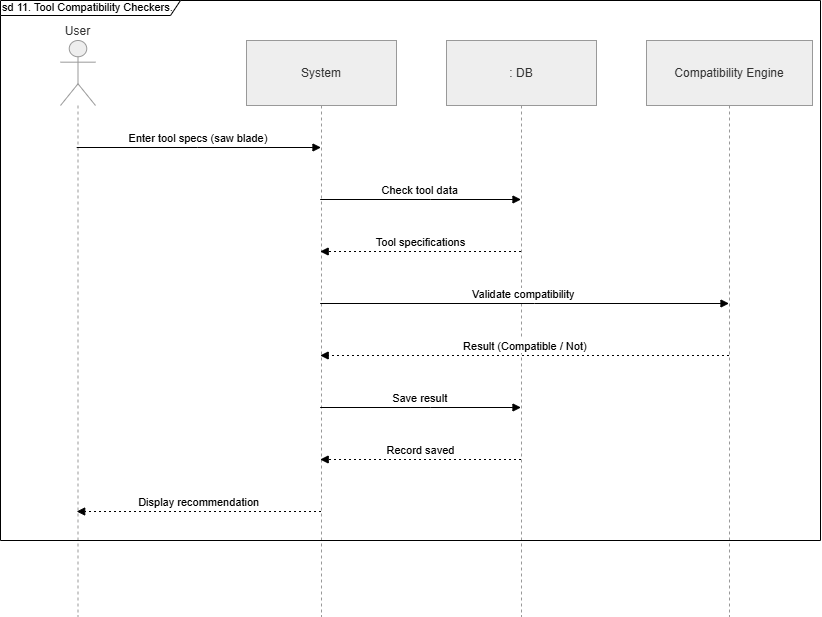
M7moudAbdallah01/P2P-Specialized-Tool-Library-SE1- keeps this draw.io diagram as SE Project/Sequence Diagrams/seq(11).drawio.png. Above is the earlier version. Source tidied: cells renumbered, new cells last; positions are measured from the earlier drawing's top-left corner, leaving out a move shared by most shapes. The source it was exported from:
```xml
<mxGraphModel>
  <root>
    <mxCell id="0" />
    <mxCell id="1" parent="0" />
    <mxCell id="2" value="User" style="shape=umlLifeline;perimeter=lifelinePerimeter;whiteSpace=wrap;outlineConnect=0;portConstraint=eastwest;newEdgeStyle={&quot;edgeStyle&quot;:&quot;elbowEdgeStyle&quot;,&quot;elbow&quot;:&quot;vertical&quot;,&quot;curved&quot;:0,&quot;rounded&quot;:0};participant=umlActor;verticalAlign=bottom;labelPosition=center;verticalLabelPosition=top;align=center;size=65;fillColor=light-dark(#eeeeee,#1f2020);strokeColor=light-dark(#999999,#cccccc);fontColor=light-dark(#333333,#cccccc);" parent="1" vertex="1">
      <mxGeometry x="60" y="40" width="35" height="576" as="geometry" />
    </mxCell>
    <mxCell id="3" value="System" style="shape=umlLifeline;perimeter=lifelinePerimeter;whiteSpace=wrap;outlineConnect=0;portConstraint=eastwest;newEdgeStyle={&quot;edgeStyle&quot;:&quot;elbowEdgeStyle&quot;,&quot;elbow&quot;:&quot;vertical&quot;,&quot;curved&quot;:0,&quot;rounded&quot;:0};size=65;fillColor=light-dark(#eeeeee,#1f2020);strokeColor=light-dark(#999999,#cccccc);fontColor=light-dark(#333333,#cccccc);" parent="1" vertex="1">
      <mxGeometry x="246" y="40" width="150" height="576" as="geometry" />
    </mxCell>
    <mxCell id="4" value=": DB" style="shape=umlLifeline;perimeter=lifelinePerimeter;whiteSpace=wrap;outlineConnect=0;portConstraint=eastwest;newEdgeStyle={&quot;edgeStyle&quot;:&quot;elbowEdgeStyle&quot;,&quot;elbow&quot;:&quot;vertical&quot;,&quot;curved&quot;:0,&quot;rounded&quot;:0};size=65;fillColor=light-dark(#eeeeee,#1f2020);strokeColor=light-dark(#999999,#cccccc);fontColor=light-dark(#333333,#cccccc);" parent="1" vertex="1">
      <mxGeometry x="446" y="40" width="150" height="576" as="geometry" />
    </mxCell>
    <mxCell id="5" value="Compatibility Engine" style="shape=umlLifeline;perimeter=lifelinePerimeter;whiteSpace=wrap;outlineConnect=0;portConstraint=eastwest;newEdgeStyle={&quot;edgeStyle&quot;:&quot;elbowEdgeStyle&quot;,&quot;elbow&quot;:&quot;vertical&quot;,&quot;curved&quot;:0,&quot;rounded&quot;:0};size=65;fillColor=light-dark(#eeeeee,#1f2020);strokeColor=light-dark(#999999,#cccccc);fontColor=light-dark(#333333,#cccccc);" parent="1" vertex="1">
      <mxGeometry x="646" y="40" width="166" height="576" as="geometry" />
    </mxCell>
    <mxCell id="6" value="Enter tool specs (saw blade)" style="verticalAlign=bottom;edgeStyle=elbowEdgeStyle;elbow=vertical;curved=0;rounded=0;endArrow=block;" parent="1" edge="1" source="2" target="3">
      <mxGeometry relative="1" as="geometry">
        <Array as="points">
          <mxPoint x="197" y="147" />
        </Array>
      </mxGeometry>
    </mxCell>
    <mxCell id="7" value="Check tool data" style="verticalAlign=bottom;edgeStyle=elbowEdgeStyle;elbow=vertical;curved=0;rounded=0;endArrow=block;" parent="1" edge="1" source="3" target="4">
      <mxGeometry relative="1" as="geometry">
        <Array as="points">
          <mxPoint x="430" y="199" />
        </Array>
      </mxGeometry>
    </mxCell>
    <mxCell id="8" value="Tool specifications" style="verticalAlign=bottom;edgeStyle=elbowEdgeStyle;elbow=vertical;curved=0;rounded=0;dashed=1;dashPattern=2 3;endArrow=block;" parent="1" edge="1" source="4" target="3">
      <mxGeometry relative="1" as="geometry">
        <Array as="points">
          <mxPoint x="433" y="251" />
        </Array>
      </mxGeometry>
    </mxCell>
    <mxCell id="9" value="Validate compatibility" style="verticalAlign=bottom;edgeStyle=elbowEdgeStyle;elbow=vertical;curved=0;rounded=0;endArrow=block;" parent="1" edge="1" source="3" target="5">
      <mxGeometry relative="1" as="geometry">
        <Array as="points">
          <mxPoint x="534" y="303" />
        </Array>
      </mxGeometry>
    </mxCell>
    <mxCell id="10" value="Result (Compatible / Not)" style="verticalAlign=bottom;edgeStyle=elbowEdgeStyle;elbow=vertical;curved=0;rounded=0;dashed=1;dashPattern=2 3;endArrow=block;" parent="1" edge="1" source="5" target="3">
      <mxGeometry relative="1" as="geometry">
        <Array as="points">
          <mxPoint x="537" y="355" />
        </Array>
      </mxGeometry>
    </mxCell>
    <mxCell id="11" value="Save result" style="verticalAlign=bottom;edgeStyle=elbowEdgeStyle;elbow=vertical;curved=0;rounded=0;endArrow=block;" parent="1" edge="1" source="3" target="4">
      <mxGeometry relative="1" as="geometry">
        <Array as="points">
          <mxPoint x="430" y="407" />
        </Array>
      </mxGeometry>
    </mxCell>
    <mxCell id="12" value="Record saved" style="verticalAlign=bottom;edgeStyle=elbowEdgeStyle;elbow=vertical;curved=0;rounded=0;dashed=1;dashPattern=2 3;endArrow=block;" parent="1" edge="1" source="4" target="3">
      <mxGeometry relative="1" as="geometry">
        <Array as="points">
          <mxPoint x="433" y="459" />
        </Array>
      </mxGeometry>
    </mxCell>
    <mxCell id="13" value="Display recommendation" style="verticalAlign=bottom;edgeStyle=elbowEdgeStyle;elbow=vertical;curved=0;rounded=0;dashed=1;dashPattern=2 3;endArrow=block;" parent="1" edge="1" source="3" target="2">
      <mxGeometry relative="1" as="geometry">
        <Array as="points">
          <mxPoint x="200" y="511" />
        </Array>
      </mxGeometry>
    </mxCell>
    <mxCell id="14" value="&lt;font style=&quot;font-size: 11px; line-height: 100%;&quot;&gt;sd 11. Tool Compatibility Checkers.&lt;/font&gt;" style="shape=umlFrame;whiteSpace=wrap;html=1;width=180;height=15;align=left;" parent="1" vertex="1">
      <mxGeometry width="820" height="540" as="geometry" />
    </mxCell>
  </root>
</mxGraphModel>
```
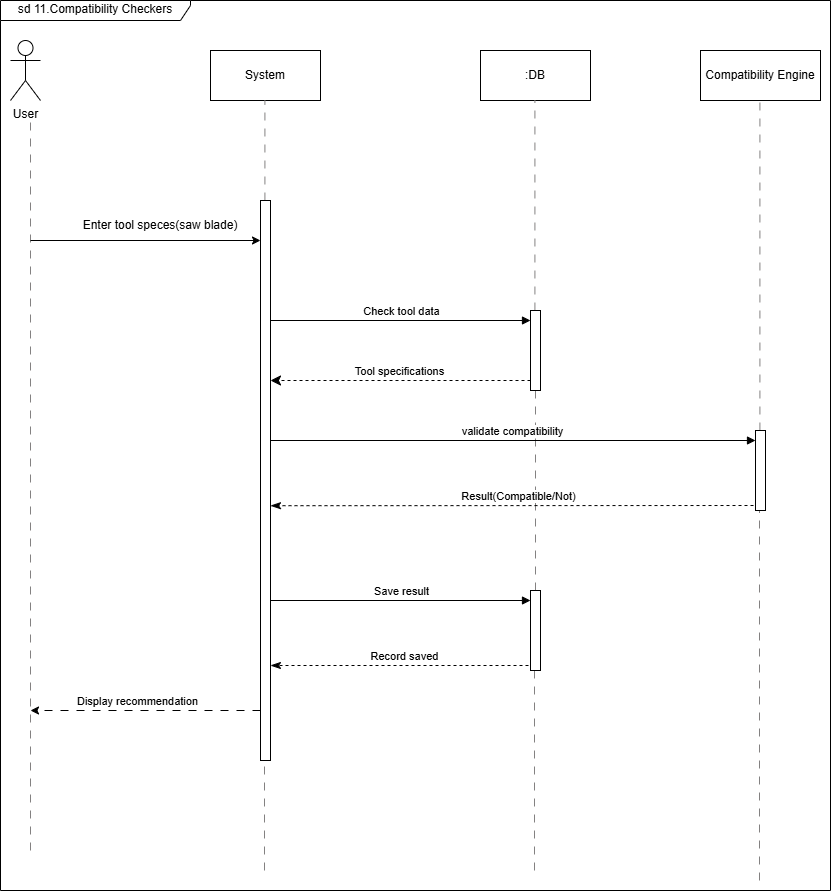
Later version of the same file.

Change to the diagram source:
```diff
@@ -2,76 +2,117 @@
   <root>
     <mxCell id="0" />
     <mxCell id="1" parent="0" />
-    <mxCell id="2" value="User" style="shape=umlLifeline;perimeter=lifelinePerimeter;whiteSpace=wrap;outlineConnect=0;portConstraint=eastwest;newEdgeStyle={&quot;edgeStyle&quot;:&quot;elbowEdgeStyle&quot;,&quot;elbow&quot;:&quot;vertical&quot;,&quot;curved&quot;:0,&quot;rounded&quot;:0};participant=umlActor;verticalAlign=bottom;labelPosition=center;verticalLabelPosition=top;align=center;size=65;fillColor=light-dark(#eeeeee,#1f2020);strokeColor=light-dark(#999999,#cccccc);fontColor=light-dark(#333333,#cccccc);" parent="1" vertex="1">
-      <mxGeometry x="60" y="40" width="35" height="576" as="geometry" />
+    <mxCell id="2" value="User" style="shape=umlActor;verticalLabelPosition=bottom;verticalAlign=top;html=1;outlineConnect=0;" parent="1" vertex="1">
+      <mxGeometry y="50" width="30" height="60" as="geometry" />
     </mxCell>
+    <mxCell id="15" style="endArrow=none;html=1;rounded=0;dashed=1;dashPattern=8 8;strokeColor=light-dark(#838181, #ededed);" parent="1" edge="1">
+      <mxGeometry relative="1" as="geometry">
+        <mxPoint x="20" y="860" as="sourcePoint" />
+        <mxPoint x="20" y="130" as="targetPoint" />
+      </mxGeometry>
+    </mxCell>
-    <mxCell id="3" value="System" style="shape=umlLifeline;perimeter=lifelinePerimeter;whiteSpace=wrap;outlineConnect=0;portConstraint=eastwest;newEdgeStyle={&quot;edgeStyle&quot;:&quot;elbowEdgeStyle&quot;,&quot;elbow&quot;:&quot;vertical&quot;,&quot;curved&quot;:0,&quot;rounded&quot;:0};size=65;fillColor=light-dark(#eeeeee,#1f2020);strokeColor=light-dark(#999999,#cccccc);fontColor=light-dark(#333333,#cccccc);" parent="1" vertex="1">
-      <mxGeometry x="246" y="40" width="150" height="576" as="geometry" />
+    <mxCell id="3" value="System" style="html=1;whiteSpace=wrap;" parent="1" vertex="1">
+      <mxGeometry x="200" y="60" width="110" height="50" as="geometry" />
     </mxCell>
-    <mxCell id="4" value=": DB" style="shape=umlLifeline;perimeter=lifelinePerimeter;whiteSpace=wrap;outlineConnect=0;portConstraint=eastwest;newEdgeStyle={&quot;edgeStyle&quot;:&quot;elbowEdgeStyle&quot;,&quot;elbow&quot;:&quot;vertical&quot;,&quot;curved&quot;:0,&quot;rounded&quot;:0};size=65;fillColor=light-dark(#eeeeee,#1f2020);strokeColor=light-dark(#999999,#cccccc);fontColor=light-dark(#333333,#cccccc);" parent="1" vertex="1">
-      <mxGeometry x="446" y="40" width="150" height="576" as="geometry" />
-    </mxCell>
+    <mxCell id="16" value=":DB" style="html=1;whiteSpace=wrap;" parent="1" vertex="1">
+      <mxGeometry x="470" y="60" width="110" height="50" as="geometry" />
+    </mxCell>
-    <mxCell id="5" value="Compatibility Engine" style="shape=umlLifeline;perimeter=lifelinePerimeter;whiteSpace=wrap;outlineConnect=0;portConstraint=eastwest;newEdgeStyle={&quot;edgeStyle&quot;:&quot;elbowEdgeStyle&quot;,&quot;elbow&quot;:&quot;vertical&quot;,&quot;curved&quot;:0,&quot;rounded&quot;:0};size=65;fillColor=light-dark(#eeeeee,#1f2020);strokeColor=light-dark(#999999,#cccccc);fontColor=light-dark(#333333,#cccccc);" parent="1" vertex="1">
-      <mxGeometry x="646" y="40" width="166" height="576" as="geometry" />
+    <mxCell id="5" value="Compatibility Engine" style="html=1;whiteSpace=wrap;" parent="1" vertex="1">
+      <mxGeometry x="690" y="60" width="120" height="50" as="geometry" />
     </mxCell>
-    <mxCell id="6" value="Enter tool specs (saw blade)" style="verticalAlign=bottom;edgeStyle=elbowEdgeStyle;elbow=vertical;curved=0;rounded=0;endArrow=block;" parent="1" edge="1" source="2" target="3">
-      <mxGeometry relative="1" as="geometry">
-        <Array as="points">
-          <mxPoint x="197" y="147" />
-        </Array>
-      </mxGeometry>
-    </mxCell>
+    <mxCell id="17" style="endArrow=none;html=1;rounded=0;dashed=1;dashPattern=8 8;strokeColor=light-dark(#838181, #ededed);" parent="1" edge="1" source="21">
+      <mxGeometry relative="1" as="geometry">
+        <mxPoint x="254.4" y="110" as="targetPoint" />
+      </mxGeometry>
+    </mxCell>
+    <mxCell id="18" style="endArrow=none;html=1;rounded=0;dashed=1;dashPattern=8 8;strokeColor=light-dark(#838181, #ededed);" parent="1" edge="1" source="26">
+      <mxGeometry relative="1" as="geometry">
+        <mxPoint x="524.4" y="110" as="targetPoint" />
+      </mxGeometry>
+    </mxCell>
+    <mxCell id="19" style="endArrow=none;html=1;rounded=0;dashed=1;dashPattern=8 8;strokeColor=light-dark(#838181, #ededed);" parent="1" edge="1" source="30">
+      <mxGeometry relative="1" as="geometry">
+        <mxPoint x="749.4" y="110" as="targetPoint" />
+      </mxGeometry>
+    </mxCell>
+    <mxCell id="20" style="endArrow=none;html=1;rounded=0;dashed=1;dashPattern=8 8;strokeColor=light-dark(#838181, #ededed);" parent="1" edge="1" target="21">
+      <mxGeometry relative="1" as="geometry">
+        <mxPoint x="254" y="880" as="sourcePoint" />
+      </mxGeometry>
+    </mxCell>
+    <mxCell id="21" style="html=1;points=[[0,0,0,0,5],[0,1,0,0,-5],[1,0,0,0,5],[1,1,0,0,-5]];perimeter=orthogonalPerimeter;outlineConnect=0;targetShapes=umlLifeline;portConstraint=eastwest;newEdgeStyle={&quot;curved&quot;:0,&quot;rounded&quot;:0};" parent="1" vertex="1">
+      <mxGeometry x="250" y="210" width="10" height="560" as="geometry" />
+    </mxCell>
+    <mxCell id="22" style="endArrow=classic;html=1;rounded=0;" parent="1" edge="1" target="21">
+      <mxGeometry relative="1" as="geometry">
+        <mxPoint x="20" y="250" as="sourcePoint" />
+      </mxGeometry>
+    </mxCell>
+    <mxCell id="23" style="endArrow=classic;html=1;rounded=0;dashed=1;dashPattern=8 8;" parent="1" edge="1">
+      <mxGeometry relative="1" as="geometry">
+        <mxPoint x="250" y="720" as="sourcePoint" />
+        <mxPoint x="20" y="720" as="targetPoint" />
+      </mxGeometry>
+    </mxCell>
+    <mxCell id="13" value="Display recommendation" style="edgeLabel;html=1;align=center;verticalAlign=middle;" parent="23" vertex="1">
+      <mxGeometry x="0.08" y="-5" relative="1" as="geometry">
+        <mxPoint y="-5" as="offset" />
+      </mxGeometry>
+    </mxCell>
+    <mxCell id="24" value="Enter tool speces(saw blade)" style="text;html=1;whiteSpace=wrap;strokeColor=none;fillColor=none;align=center;verticalAlign=middle;rounded=0;" parent="1" vertex="1">
+      <mxGeometry x="70" y="220" width="160" height="30" as="geometry" />
+    </mxCell>
-    <mxCell id="7" value="Check tool data" style="verticalAlign=bottom;edgeStyle=elbowEdgeStyle;elbow=vertical;curved=0;rounded=0;endArrow=block;" parent="1" edge="1" source="3" target="4">
+    <mxCell id="7" value="Check tool data" style="html=1;verticalAlign=bottom;endArrow=block;curved=0;rounded=0;entryX=1;entryY=0;entryDx=0;entryDy=5;" parent="1" edge="1">
       <mxGeometry relative="1" as="geometry">
-        <Array as="points">
-          <mxPoint x="430" y="199" />
-        </Array>
+        <mxPoint x="260" y="330" as="sourcePoint" />
+        <mxPoint x="520" y="330" as="targetPoint" />
       </mxGeometry>
     </mxCell>
-    <mxCell id="8" value="Tool specifications" style="verticalAlign=bottom;edgeStyle=elbowEdgeStyle;elbow=vertical;curved=0;rounded=0;dashed=1;dashPattern=2 3;endArrow=block;" parent="1" edge="1" source="4" target="3">
+    <mxCell id="8" value="Tool specifications" style="html=1;verticalAlign=bottom;endArrow=classic;dashed=1;endSize=8;curved=0;rounded=0;endFill=1;" parent="1" edge="1" source="26">
       <mxGeometry relative="1" as="geometry">
-        <Array as="points">
-          <mxPoint x="433" y="251" />
-        </Array>
+        <mxPoint x="260" y="390" as="targetPoint" />
       </mxGeometry>
     </mxCell>
-    <mxCell id="9" value="Validate compatibility" style="verticalAlign=bottom;edgeStyle=elbowEdgeStyle;elbow=vertical;curved=0;rounded=0;endArrow=block;" parent="1" edge="1" source="3" target="5">
-      <mxGeometry relative="1" as="geometry">
-        <Array as="points">
-          <mxPoint x="534" y="303" />
-        </Array>
-      </mxGeometry>
-    </mxCell>
-    <mxCell id="10" value="Result (Compatible / Not)" style="verticalAlign=bottom;edgeStyle=elbowEdgeStyle;elbow=vertical;curved=0;rounded=0;dashed=1;dashPattern=2 3;endArrow=block;" parent="1" edge="1" source="5" target="3">
-      <mxGeometry relative="1" as="geometry">
-        <Array as="points">
-          <mxPoint x="537" y="355" />
-        </Array>
-      </mxGeometry>
-    </mxCell>
+    <mxCell id="25" style="endArrow=none;html=1;rounded=0;dashed=1;dashPattern=8 8;strokeColor=light-dark(#838181, #ededed);" parent="1" edge="1" source="32" target="26">
+      <mxGeometry relative="1" as="geometry" />
+    </mxCell>
+    <mxCell id="26" style="html=1;points=[[0,0,0,0,5],[0,1,0,0,-5],[1,0,0,0,5],[1,1,0,0,-5]];perimeter=orthogonalPerimeter;outlineConnect=0;targetShapes=umlLifeline;portConstraint=eastwest;newEdgeStyle={&quot;curved&quot;:0,&quot;rounded&quot;:0};" parent="1" vertex="1">
+      <mxGeometry x="520" y="320" width="10" height="80" as="geometry" />
+    </mxCell>
+    <mxCell id="27" value="validate compatibility" style="html=1;verticalAlign=bottom;endArrow=block;curved=0;rounded=0;entryX=1;entryY=0;entryDx=0;entryDy=5;" parent="1" edge="1" source="21">
+      <mxGeometry relative="1" as="geometry">
+        <mxPoint x="745" y="450" as="targetPoint" />
+      </mxGeometry>
+    </mxCell>
+    <mxCell id="28" value="Result(Compatible/Not)" style="html=1;verticalAlign=bottom;endArrow=classicThin;dashed=1;endSize=8;curved=0;rounded=0;exitX=1;exitY=1;exitDx=0;exitDy=-5;entryX=1;entryY=0.545;entryDx=0;entryDy=0;entryPerimeter=0;endFill=1;" parent="1" edge="1" source="30" target="21">
+      <mxGeometry relative="1" as="geometry" />
+    </mxCell>
+    <mxCell id="29" style="endArrow=none;html=1;rounded=0;dashed=1;dashPattern=8 8;strokeColor=light-dark(#838181, #ededed);" parent="1" edge="1" target="30">
+      <mxGeometry relative="1" as="geometry">
+        <mxPoint x="749" y="890" as="sourcePoint" />
+      </mxGeometry>
+    </mxCell>
+    <mxCell id="30" style="html=1;points=[[0,0,0,0,5],[0,1,0,0,-5],[1,0,0,0,5],[1,1,0,0,-5]];perimeter=orthogonalPerimeter;outlineConnect=0;targetShapes=umlLifeline;portConstraint=eastwest;newEdgeStyle={&quot;curved&quot;:0,&quot;rounded&quot;:0};" parent="1" vertex="1">
+      <mxGeometry x="745" y="440" width="10" height="80" as="geometry" />
+    </mxCell>
-    <mxCell id="11" value="Save result" style="verticalAlign=bottom;edgeStyle=elbowEdgeStyle;elbow=vertical;curved=0;rounded=0;endArrow=block;" parent="1" edge="1" source="3" target="4">
+    <mxCell id="11" value="Save result" style="html=1;verticalAlign=bottom;endArrow=block;curved=0;rounded=0;entryX=1;entryY=0;entryDx=0;entryDy=5;" parent="1" edge="1" source="21">
       <mxGeometry relative="1" as="geometry">
-        <Array as="points">
-          <mxPoint x="430" y="407" />
-        </Array>
+        <mxPoint x="520" y="610" as="targetPoint" />
       </mxGeometry>
     </mxCell>
-    <mxCell id="12" value="Record saved" style="verticalAlign=bottom;edgeStyle=elbowEdgeStyle;elbow=vertical;curved=0;rounded=0;dashed=1;dashPattern=2 3;endArrow=block;" parent="1" edge="1" source="4" target="3">
-      <mxGeometry relative="1" as="geometry">
-        <Array as="points">
-          <mxPoint x="433" y="459" />
-        </Array>
-      </mxGeometry>
+    <mxCell id="12" value="Record saved" style="html=1;verticalAlign=bottom;endArrow=classicThin;dashed=1;endSize=8;curved=0;rounded=0;exitX=1;exitY=1;exitDx=0;exitDy=-5;endFill=1;" parent="1" edge="1" source="32" target="21">
+      <mxGeometry relative="1" as="geometry" />
     </mxCell>
-    <mxCell id="13" value="Display recommendation" style="verticalAlign=bottom;edgeStyle=elbowEdgeStyle;elbow=vertical;curved=0;rounded=0;dashed=1;dashPattern=2 3;endArrow=block;" parent="1" edge="1" source="3" target="2">
-      <mxGeometry relative="1" as="geometry">
-        <Array as="points">
-          <mxPoint x="200" y="511" />
-        </Array>
-      </mxGeometry>
-    </mxCell>
-    <mxCell id="14" value="&lt;font style=&quot;font-size: 11px; line-height: 100%;&quot;&gt;sd 11. Tool Compatibility Checkers.&lt;/font&gt;" style="shape=umlFrame;whiteSpace=wrap;html=1;width=180;height=15;align=left;" parent="1" vertex="1">
-      <mxGeometry width="820" height="540" as="geometry" />
-    </mxCell>
+    <mxCell id="31" style="endArrow=none;html=1;rounded=0;dashed=1;dashPattern=8 8;strokeColor=light-dark(#838181, #ededed);" parent="1" edge="1" target="32">
+      <mxGeometry relative="1" as="geometry">
+        <mxPoint x="524" y="880" as="sourcePoint" />
+      </mxGeometry>
+    </mxCell>
+    <mxCell id="32" style="html=1;points=[[0,0,0,0,5],[0,1,0,0,-5],[1,0,0,0,5],[1,1,0,0,-5]];perimeter=orthogonalPerimeter;outlineConnect=0;targetShapes=umlLifeline;portConstraint=eastwest;newEdgeStyle={&quot;curved&quot;:0,&quot;rounded&quot;:0};" parent="1" vertex="1">
+      <mxGeometry x="520" y="600" width="10" height="80" as="geometry" />
+    </mxCell>
+    <mxCell id="33" value="sd 11.Compatibility Checkers" style="shape=umlFrame;whiteSpace=wrap;html=1;width=190;height=20;" parent="1" vertex="1">
+      <mxGeometry x="-10" y="10" width="830" height="890" as="geometry" />
+    </mxCell>
   </root>
 </mxGraphModel>
```
